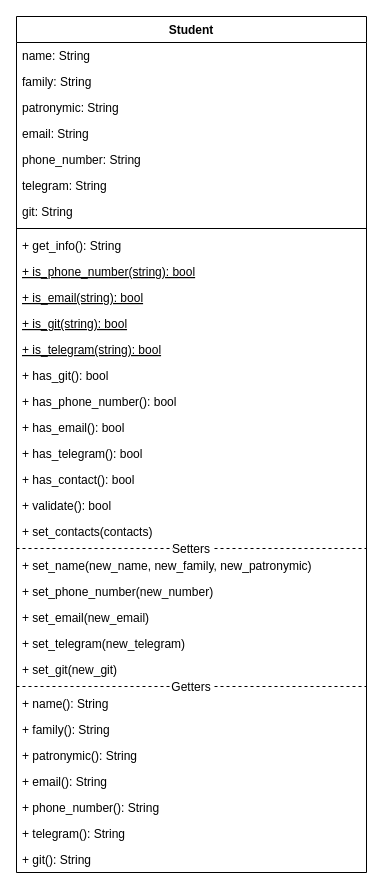
KirSaxhlil/PatternLabs keeps this draw.io diagram as lab2/docs/ClassDiagram.drawio. Above is the earlier version. Source tidied: cells renumbered, new cells numbered last; positions are measured from the earlier drawing's top-left corner, leaving out a move shared by most shapes. Both pictures are drawn from the tidied source at 100%, with x=0, y=0 at pixel (16, 16).
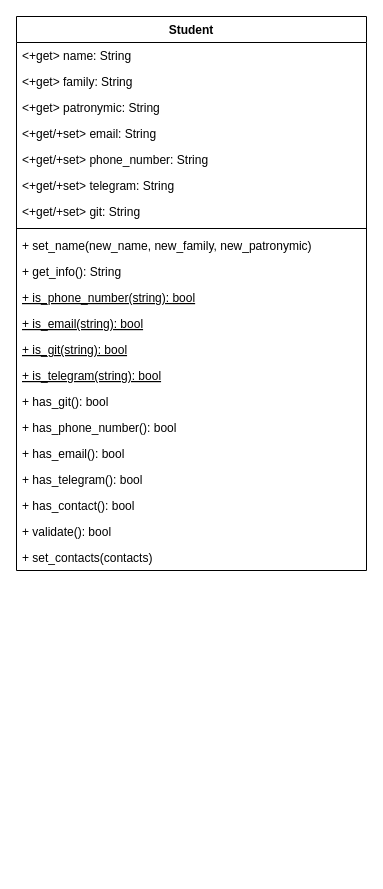
The same diagram, later.

Commit message (it also covers changes not shown here):
Lab2 ex1 Changed setters

Changed "set_<field>" to "<field>=". Changed class diagram.

Diff of the diagram source:
```diff
@@
     <mxCell id="2" value="Student" style="swimlane;fontStyle=1;align=center;verticalAlign=top;horizontal=1;startSize=26;fillColor=default;swimlaneFillColor=default;" parent="1" vertex="1">
-      <mxGeometry width="350" height="856" as="geometry" />
+      <mxGeometry width="350" height="554" as="geometry" />
     </mxCell>
-    <mxCell id="3" value="name: String" style="text;strokeColor=none;fillColor=none;align=left;verticalAlign=top;spacingLeft=4;spacingRight=4;overflow=hidden;" parent="2" vertex="1">
+    <mxCell id="3" value="&lt;+get&gt; name: String" style="text;strokeColor=none;fillColor=none;align=left;verticalAlign=top;spacingLeft=4;spacingRight=4;overflow=hidden;" parent="2" vertex="1">
       <mxGeometry y="26" width="350" height="26" as="geometry" />
     </mxCell>
-    <mxCell id="4" value="family: String" style="text;strokeColor=none;fillColor=none;align=left;verticalAlign=top;spacingLeft=4;spacingRight=4;overflow=hidden;" parent="2" vertex="1">
+    <mxCell id="4" value="&lt;+get&gt; family: String" style="text;strokeColor=none;fillColor=none;align=left;verticalAlign=top;spacingLeft=4;spacingRight=4;overflow=hidden;" parent="2" vertex="1">
       <mxGeometry y="52" width="350" height="26" as="geometry" />
     </mxCell>
-    <mxCell id="5" value="patronymic: String" style="text;strokeColor=none;fillColor=none;align=left;verticalAlign=top;spacingLeft=4;spacingRight=4;overflow=hidden;" parent="2" vertex="1">
+    <mxCell id="5" value="&lt;+get&gt; patronymic: String" style="text;strokeColor=none;fillColor=none;align=left;verticalAlign=top;spacingLeft=4;spacingRight=4;overflow=hidden;" parent="2" vertex="1">
       <mxGeometry y="78" width="350" height="26" as="geometry" />
     </mxCell>
-    <mxCell id="6" value="email: String" style="text;strokeColor=none;fillColor=none;align=left;verticalAlign=top;spacingLeft=4;spacingRight=4;overflow=hidden;" parent="2" vertex="1">
+    <mxCell id="6" value="&lt;+get/+set&gt; email: String" style="text;strokeColor=none;fillColor=none;align=left;verticalAlign=top;spacingLeft=4;spacingRight=4;overflow=hidden;" parent="2" vertex="1">
       <mxGeometry y="104" width="350" height="26" as="geometry" />
     </mxCell>
-    <mxCell id="7" value="phone_number: String" style="text;strokeColor=none;fillColor=none;align=left;verticalAlign=top;spacingLeft=4;spacingRight=4;overflow=hidden;" parent="2" vertex="1">
+    <mxCell id="7" value="&lt;+get/+set&gt; phone_number: String" style="text;strokeColor=none;fillColor=none;align=left;verticalAlign=top;spacingLeft=4;spacingRight=4;overflow=hidden;" parent="2" vertex="1">
       <mxGeometry y="130" width="350" height="26" as="geometry" />
     </mxCell>
-    <mxCell id="8" value="telegram: String" style="text;strokeColor=none;fillColor=none;align=left;verticalAlign=top;spacingLeft=4;spacingRight=4;overflow=hidden;" parent="2" vertex="1">
+    <mxCell id="8" value="&lt;+get/+set&gt; telegram: String" style="text;strokeColor=none;fillColor=none;align=left;verticalAlign=top;spacingLeft=4;spacingRight=4;overflow=hidden;" parent="2" vertex="1">
       <mxGeometry y="156" width="350" height="26" as="geometry" />
     </mxCell>
-    <mxCell id="9" value="git: String" style="text;strokeColor=none;fillColor=none;align=left;verticalAlign=top;spacingLeft=4;spacingRight=4;overflow=hidden;" parent="2" vertex="1">
+    <mxCell id="9" value="&lt;+get/+set&gt; git: String" style="text;strokeColor=none;fillColor=none;align=left;verticalAlign=top;spacingLeft=4;spacingRight=4;overflow=hidden;" parent="2" vertex="1">
       <mxGeometry y="182" width="350" height="26" as="geometry" />
     </mxCell>
@@
+    <mxCell id="24" value="+ set_name(new_name, new_family, new_patronymic)" style="text;strokeColor=none;fillColor=none;align=left;verticalAlign=top;spacingLeft=4;spacingRight=4;overflow=hidden;fontStyle=0;" parent="2" vertex="1">
+      <mxGeometry y="216" width="350" height="26" as="geometry" />
+    </mxCell>
     <mxCell id="11" value="+ get_info(): String" style="text;strokeColor=none;fillColor=none;align=left;verticalAlign=top;spacingLeft=4;spacingRight=4;overflow=hidden;" parent="2" vertex="1">
-      <mxGeometry y="216" width="350" height="26" as="geometry" />
+      <mxGeometry y="242" width="350" height="26" as="geometry" />
     </mxCell>
     <mxCell id="12" value="+ is_phone_number(string): bool" style="text;strokeColor=none;fillColor=none;align=left;verticalAlign=top;spacingLeft=4;spacingRight=4;overflow=hidden;fontStyle=4;" parent="2" vertex="1">
-      <mxGeometry y="242" width="350" height="26" as="geometry" />
+      <mxGeometry y="268" width="350" height="26" as="geometry" />
     </mxCell>
     <mxCell id="13" value="+ is_email(string): bool" style="text;strokeColor=none;fillColor=none;align=left;verticalAlign=top;spacingLeft=4;spacingRight=4;overflow=hidden;fontStyle=4;" parent="2" vertex="1">
-      <mxGeometry y="268" width="350" height="26" as="geometry" />
+      <mxGeometry y="294" width="350" height="26" as="geometry" />
     </mxCell>
     <mxCell id="14" value="+ is_git(string): bool" style="text;strokeColor=none;fillColor=none;align=left;verticalAlign=top;spacingLeft=4;spacingRight=4;overflow=hidden;fontStyle=4;" parent="2" vertex="1">
-      <mxGeometry y="294" width="350" height="26" as="geometry" />
+      <mxGeometry y="320" width="350" height="26" as="geometry" />
     </mxCell>
     <mxCell id="15" value="+ is_telegram(string): bool" style="text;strokeColor=none;fillColor=none;align=left;verticalAlign=top;spacingLeft=4;spacingRight=4;overflow=hidden;fontStyle=4;" parent="2" vertex="1">
-      <mxGeometry y="320" width="350" height="26" as="geometry" />
+      <mxGeometry y="346" width="350" height="26" as="geometry" />
     </mxCell>
     <mxCell id="16" value="+ has_git(): bool" style="text;strokeColor=none;fillColor=none;align=left;verticalAlign=top;spacingLeft=4;spacingRight=4;overflow=hidden;fontStyle=0;" parent="2" vertex="1">
-      <mxGeometry y="346" width="350" height="26" as="geometry" />
+      <mxGeometry y="372" width="350" height="26" as="geometry" />
     </mxCell>
     <mxCell id="17" value="+ has_phone_number(): bool" style="text;strokeColor=none;fillColor=none;align=left;verticalAlign=top;spacingLeft=4;spacingRight=4;overflow=hidden;fontStyle=0;" parent="2" vertex="1">
-      <mxGeometry y="372" width="350" height="26" as="geometry" />
+      <mxGeometry y="398" width="350" height="26" as="geometry" />
     </mxCell>
     <mxCell id="18" value="+ has_email(): bool" style="text;strokeColor=none;fillColor=none;align=left;verticalAlign=top;spacingLeft=4;spacingRight=4;overflow=hidden;fontStyle=0;" parent="2" vertex="1">
-      <mxGeometry y="398" width="350" height="26" as="geometry" />
+      <mxGeometry y="424" width="350" height="26" as="geometry" />
     </mxCell>
     <mxCell id="19" value="+ has_telegram(): bool" style="text;strokeColor=none;fillColor=none;align=left;verticalAlign=top;spacingLeft=4;spacingRight=4;overflow=hidden;fontStyle=0;" parent="2" vertex="1">
-      <mxGeometry y="424" width="350" height="26" as="geometry" />
+      <mxGeometry y="450" width="350" height="26" as="geometry" />
     </mxCell>
     <mxCell id="20" value="+ has_contact(): bool" style="text;strokeColor=none;fillColor=none;align=left;verticalAlign=top;spacingLeft=4;spacingRight=4;overflow=hidden;fontStyle=0;" parent="2" vertex="1">
-      <mxGeometry y="450" width="350" height="26" as="geometry" />
+      <mxGeometry y="476" width="350" height="26" as="geometry" />
     </mxCell>
     <mxCell id="21" value="+ validate(): bool" style="text;strokeColor=none;fillColor=none;align=left;verticalAlign=top;spacingLeft=4;spacingRight=4;overflow=hidden;fontStyle=0;" parent="2" vertex="1">
-      <mxGeometry y="476" width="350" height="26" as="geometry" />
+      <mxGeometry y="502" width="350" height="26" as="geometry" />
     </mxCell>
     <mxCell id="22" value="+ set_contacts(contacts)" style="text;strokeColor=none;fillColor=none;align=left;verticalAlign=top;spacingLeft=4;spacingRight=4;overflow=hidden;fontStyle=0;" parent="2" vertex="1">
-      <mxGeometry y="502" width="350" height="26" as="geometry" />
+      <mxGeometry y="528" width="350" height="26" as="geometry" />
     </mxCell>
-    <mxCell id="23" value="Setters" style="line;strokeWidth=1;fillColor=none;align=center;verticalAlign=middle;spacingTop=-1;spacingLeft=3;spacingRight=3;labelPosition=center;strokeColor=inherit;verticalLabelPosition=middle;dashed=1;" parent="2" vertex="1">
-      <mxGeometry y="528" width="350" height="8" as="geometry" />
-    </mxCell>
-    <mxCell id="24" value="+ set_name(new_name, new_family, new_patronymic)" style="text;strokeColor=none;fillColor=none;align=left;verticalAlign=top;spacingLeft=4;spacingRight=4;overflow=hidden;fontStyle=0;" parent="2" vertex="1">
-      <mxGeometry y="536" width="350" height="26" as="geometry" />
-    </mxCell>
-    <mxCell id="25" value="+ set_phone_number(new_number)" style="text;strokeColor=none;fillColor=none;align=left;verticalAlign=top;spacingLeft=4;spacingRight=4;overflow=hidden;fontStyle=0;" parent="2" vertex="1">
-      <mxGeometry y="562" width="350" height="26" as="geometry" />
-    </mxCell>
-    <mxCell id="26" value="+ set_email(new_email)" style="text;strokeColor=none;fillColor=none;align=left;verticalAlign=top;spacingLeft=4;spacingRight=4;overflow=hidden;fontStyle=0;" parent="2" vertex="1">
-      <mxGeometry y="588" width="350" height="26" as="geometry" />
-    </mxCell>
-    <mxCell id="27" value="+ set_telegram(new_telegram)" style="text;strokeColor=none;fillColor=none;align=left;verticalAlign=top;spacingLeft=4;spacingRight=4;overflow=hidden;fontStyle=0;" parent="2" vertex="1">
-      <mxGeometry y="614" width="350" height="26" as="geometry" />
-    </mxCell>
-    <mxCell id="28" value="+ set_git(new_git)" style="text;strokeColor=none;fillColor=none;align=left;verticalAlign=top;spacingLeft=4;spacingRight=4;overflow=hidden;fontStyle=0;" parent="2" vertex="1">
-      <mxGeometry y="640" width="350" height="26" as="geometry" />
-    </mxCell>
-    <mxCell id="29" value="Getters" style="line;strokeWidth=1;fillColor=none;align=center;verticalAlign=middle;spacingTop=-1;spacingLeft=3;spacingRight=3;labelPosition=center;strokeColor=inherit;verticalLabelPosition=middle;dashed=1;" parent="2" vertex="1">
-      <mxGeometry y="666" width="350" height="8" as="geometry" />
-    </mxCell>
-    <mxCell id="30" value="+ name(): String" style="text;strokeColor=none;fillColor=none;align=left;verticalAlign=top;spacingLeft=4;spacingRight=4;overflow=hidden;fontStyle=0;" parent="2" vertex="1">
-      <mxGeometry y="674" width="350" height="26" as="geometry" />
-    </mxCell>
-    <mxCell id="31" value="+ family(): String" style="text;strokeColor=none;fillColor=none;align=left;verticalAlign=top;spacingLeft=4;spacingRight=4;overflow=hidden;fontStyle=0;" parent="2" vertex="1">
-      <mxGeometry y="700" width="350" height="26" as="geometry" />
-    </mxCell>
-    <mxCell id="32" value="+ patronymic(): String" style="text;strokeColor=none;fillColor=none;align=left;verticalAlign=top;spacingLeft=4;spacingRight=4;overflow=hidden;fontStyle=0;" parent="2" vertex="1">
-      <mxGeometry y="726" width="350" height="26" as="geometry" />
-    </mxCell>
-    <mxCell id="33" value="+ email(): String" style="text;strokeColor=none;fillColor=none;align=left;verticalAlign=top;spacingLeft=4;spacingRight=4;overflow=hidden;fontStyle=0;" parent="2" vertex="1">
-      <mxGeometry y="752" width="350" height="26" as="geometry" />
-    </mxCell>
-    <mxCell id="34" value="+ phone_number(): String" style="text;strokeColor=none;fillColor=none;align=left;verticalAlign=top;spacingLeft=4;spacingRight=4;overflow=hidden;fontStyle=0;" parent="2" vertex="1">
-      <mxGeometry y="778" width="350" height="26" as="geometry" />
-    </mxCell>
-    <mxCell id="35" value="+ telegram(): String" style="text;strokeColor=none;fillColor=none;align=left;verticalAlign=top;spacingLeft=4;spacingRight=4;overflow=hidden;fontStyle=0;" parent="2" vertex="1">
-      <mxGeometry y="804" width="350" height="26" as="geometry" />
-    </mxCell>
-    <mxCell id="36" value="+ git(): String" style="text;strokeColor=none;fillColor=none;align=left;verticalAlign=top;spacingLeft=4;spacingRight=4;overflow=hidden;fontStyle=0;" parent="2" vertex="1">
-      <mxGeometry y="830" width="350" height="26" as="geometry" />
-    </mxCell>
```
